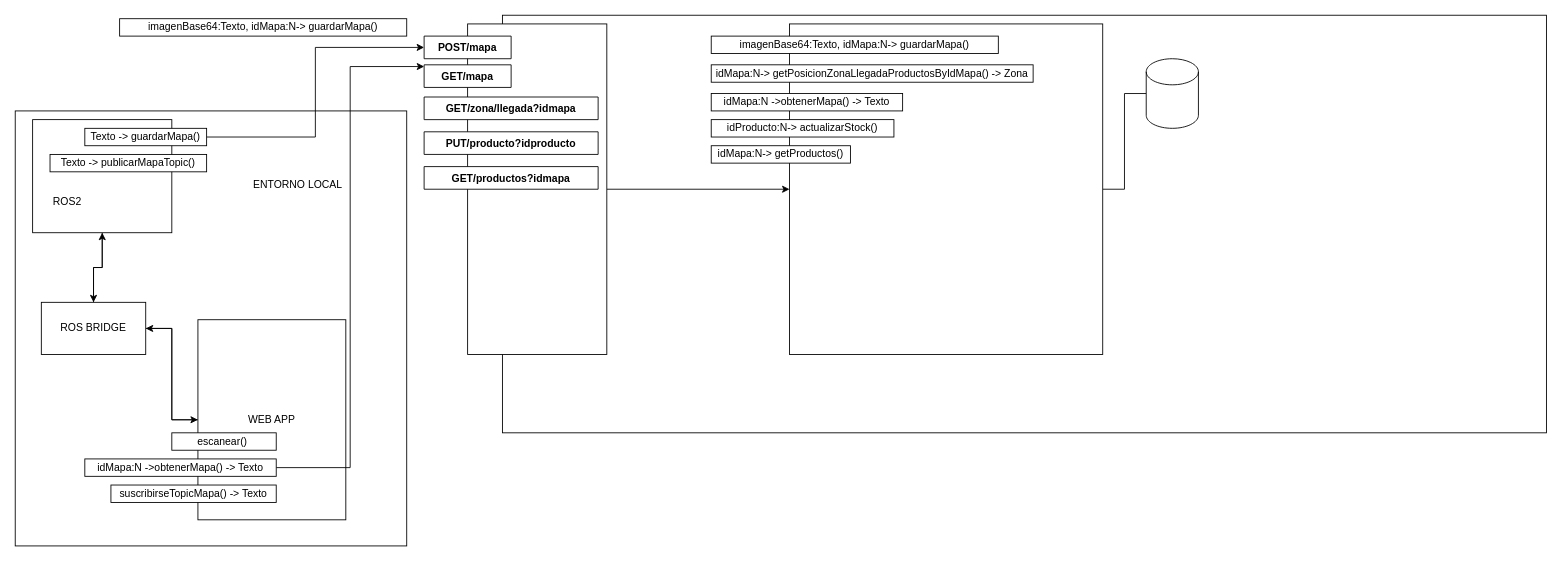
This is page "Logica Negocio" (1 of 2) of doc/DiagramaBloquesYBD.drawio from GTI-3B-ProyectoRobotica/Automatix-Backend, a draw.io file, before an edit. Source tidied: cells renumbered, new cells numbered last; positions are measured from the earlier drawing's top-left corner, leaving out a move shared by most shapes. Both pictures are drawn from the tidied source at 87%, with x=0, y=0 at pixel (15, 15).
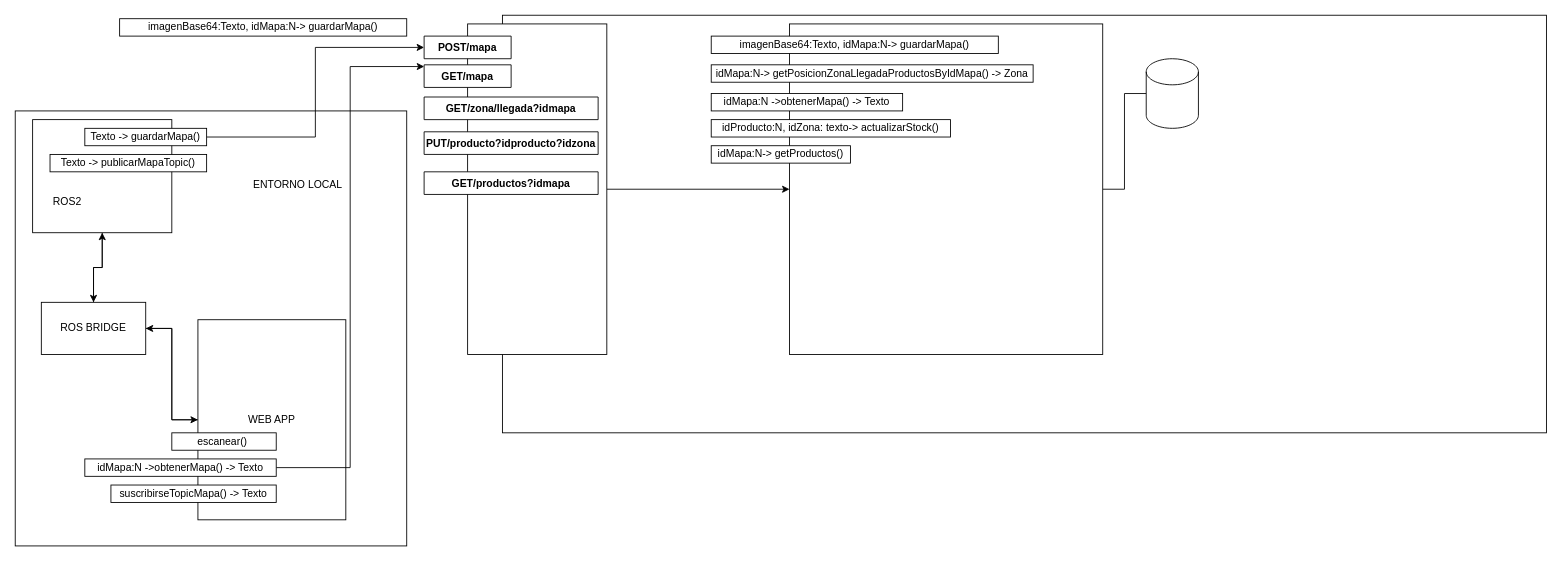
Above is the later version.

The edit, as a diff of the source:
```diff
@@
-    <mxCell id="32" value="PUT/producto?idproducto" style="swimlane;fontStyle=1;align=center;verticalAlign=top;horizontal=1;startSize=26;" parent="1" vertex="1" collapsed="1">
+    <mxCell id="32" value="PUT/producto?idproducto?idzona" style="swimlane;fontStyle=1;align=center;verticalAlign=top;horizontal=1;startSize=26;" parent="1" vertex="1" collapsed="1">
       <mxGeometry x="470" y="134" width="200" height="26" as="geometry" />
     </mxCell>
-    <mxCell id="33" value="idProducto:N-&amp;gt; actualizarStock()" style="rounded=0;whiteSpace=wrap;html=1;" parent="1" vertex="1">
-      <mxGeometry x="800" y="120" width="210" height="20" as="geometry" />
+    <mxCell id="33" value="idProducto:N, idZona: texto-&amp;gt; actualizarStock()" style="rounded=0;whiteSpace=wrap;html=1;" parent="1" vertex="1">
+      <mxGeometry x="800" y="120" width="275" height="20" as="geometry" />
     </mxCell>
     <mxCell id="34" value="GET/productos?idmapa" style="swimlane;fontStyle=1;align=center;verticalAlign=top;horizontal=1;startSize=26;" parent="1" vertex="1" collapsed="1">
-      <mxGeometry x="470" y="174" width="200" height="26" as="geometry" />
+      <mxGeometry x="470" y="180" width="200" height="26" as="geometry" />
     </mxCell>
```
